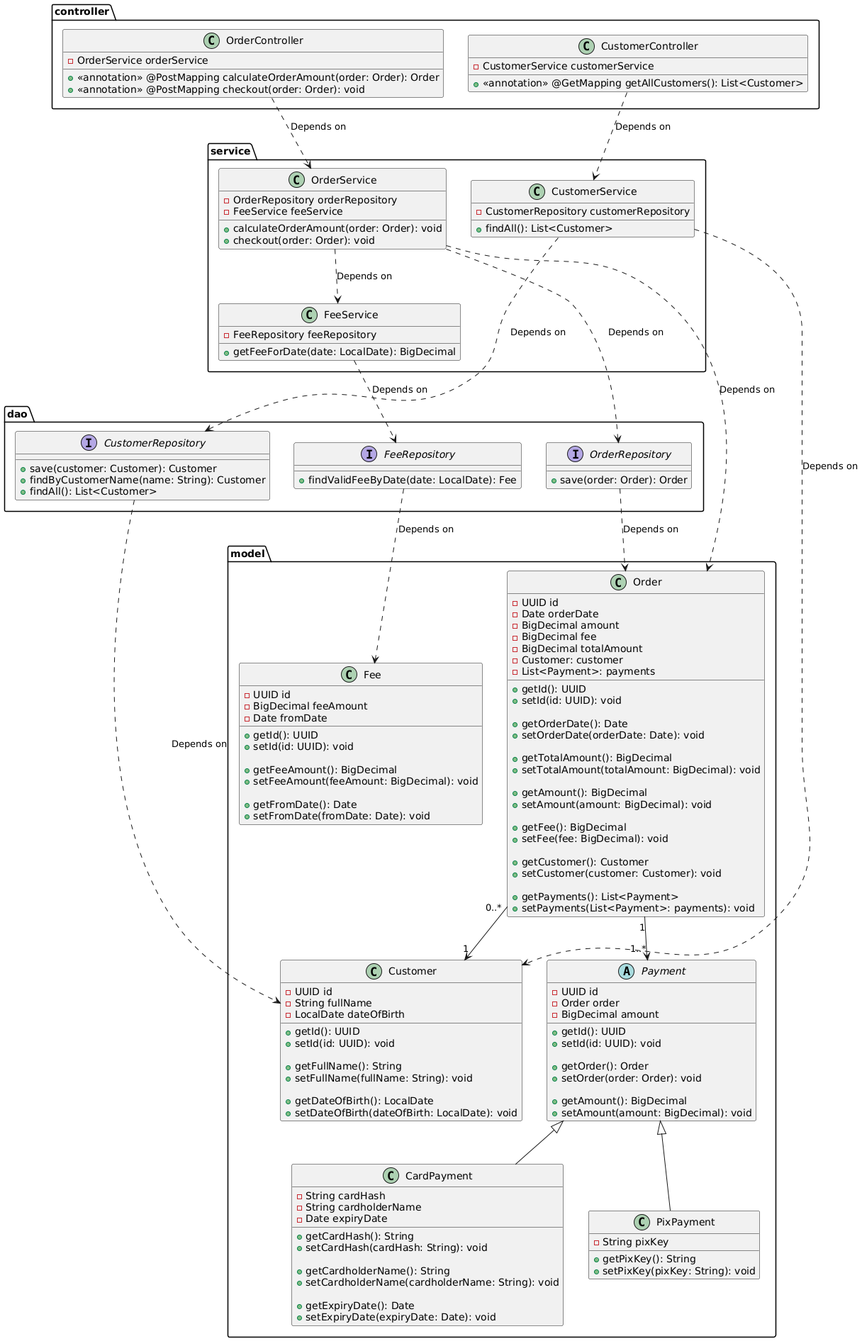
Before: payment.png, a diagram exported from PlantUML (dias-joaovictor/infnet-springapp).
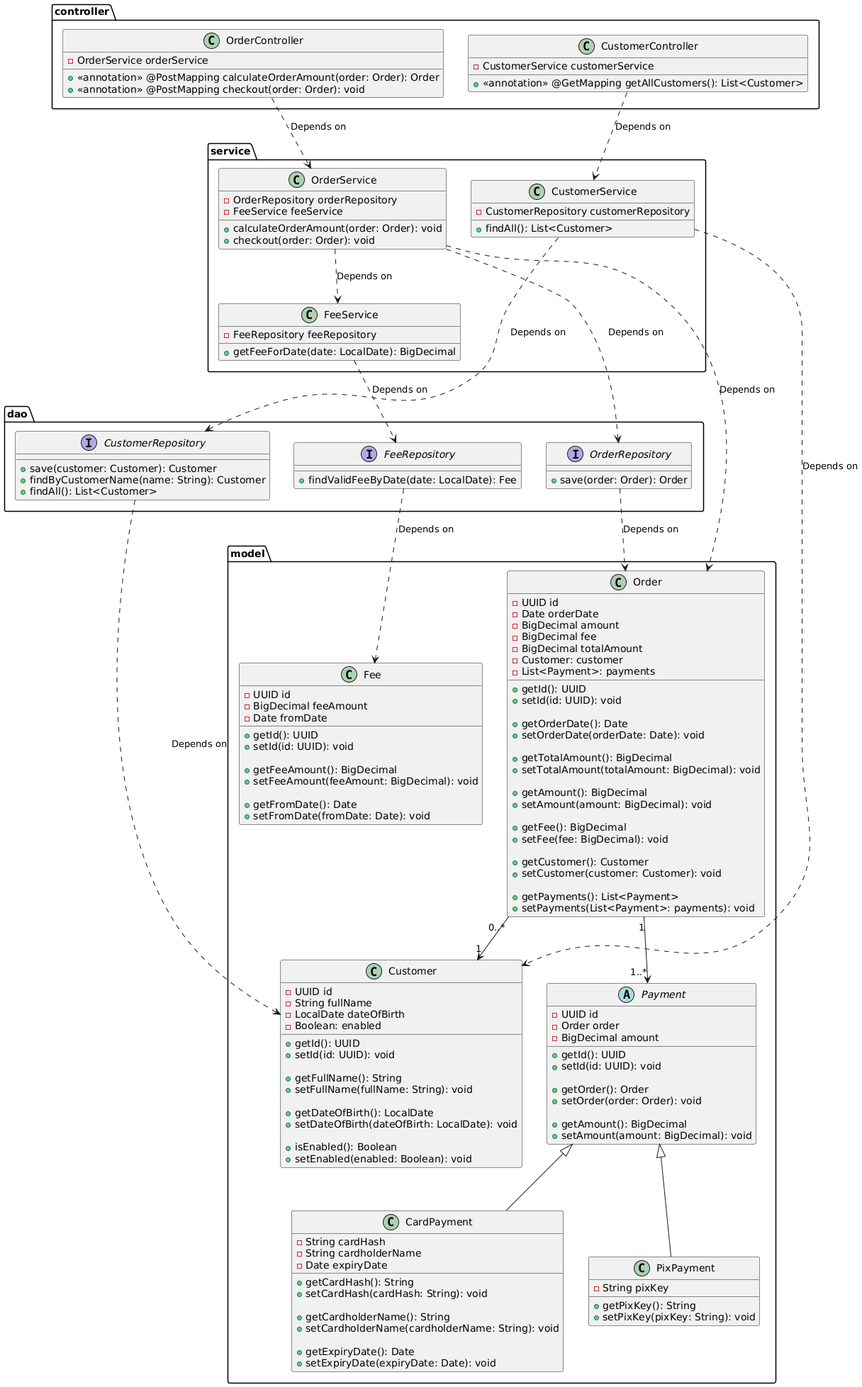
The same file after the commit.

The edit, as a diff of the source:
```diff
@@ -37,6 +37,7 @@
     - UUID id
     - String fullName
     - LocalDate dateOfBirth
+    - Boolean: enabled
 
 
     + getId(): UUID
@@ -47,6 +48,9 @@
 
     + getDateOfBirth(): LocalDate
     + setDateOfBirth(dateOfBirth: LocalDate): void
+
+    + isEnabled(): Boolean
+    + setEnabled(enabled: Boolean): void
   }
 
   abstract class Payment {
```
